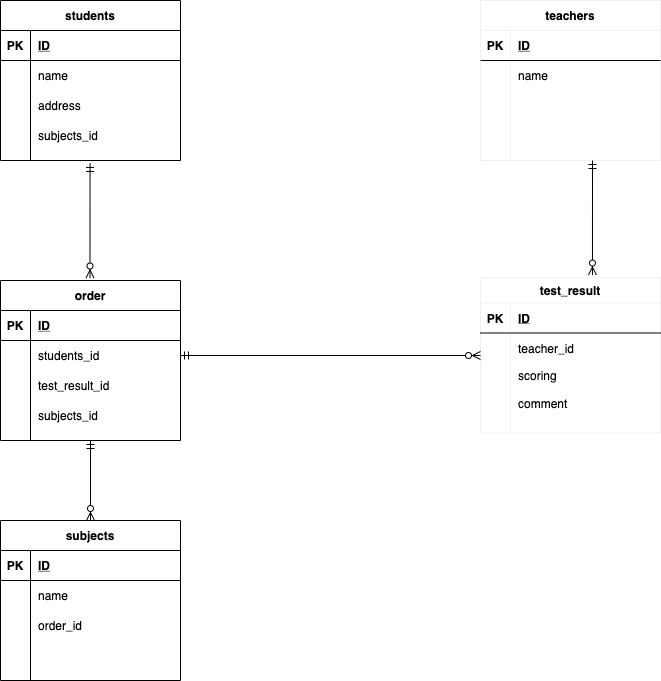
Above: index.drawio.png in hosei0514/ER_TEST (draw.io), before the change. Source tidied: cells renumbered, new cells last; positions are measured from the earlier drawing's top-left corner, leaving out a move shared by most shapes.
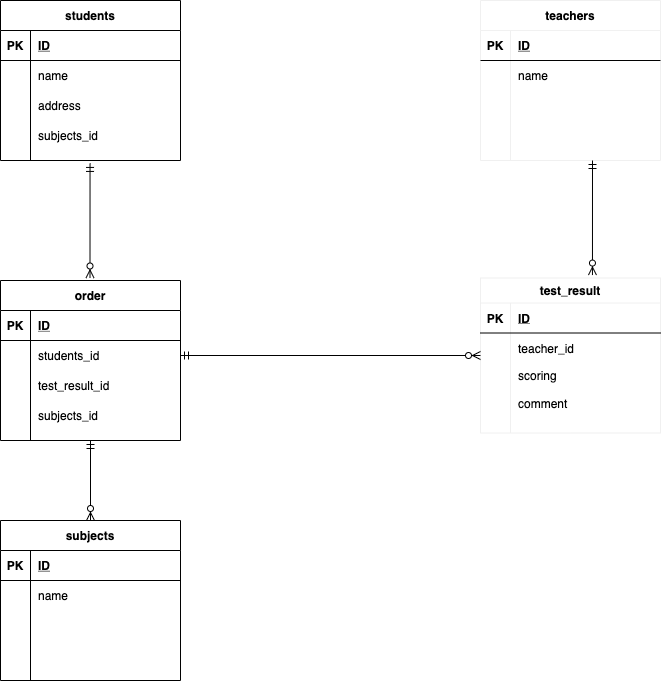
The same file after the commit.

Change to the diagram source:
```diff
@@ -199,7 +199,7 @@
     <mxCell id="65" style="shape=partialRectangle;fillColor=none;top=0;left=0;bottom=0;right=0;overflow=hidden;" parent="64" vertex="1">
       <mxGeometry width="30" height="30" as="geometry" />
     </mxCell>
-    <mxCell id="66" value="order_id" style="shape=partialRectangle;fillColor=none;top=0;left=0;bottom=0;right=0;align=left;spacingLeft=6;overflow=hidden;" parent="64" vertex="1">
+    <mxCell id="66" style="shape=partialRectangle;fillColor=none;top=0;left=0;bottom=0;right=0;align=left;spacingLeft=6;overflow=hidden;" parent="64" vertex="1">
       <mxGeometry x="30" width="150" height="30" as="geometry" />
     </mxCell>
     <mxCell id="67" style="shape=partialRectangle;fillColor=none;top=0;left=0;bottom=0;right=0;" parent="57" vertex="1">
```
